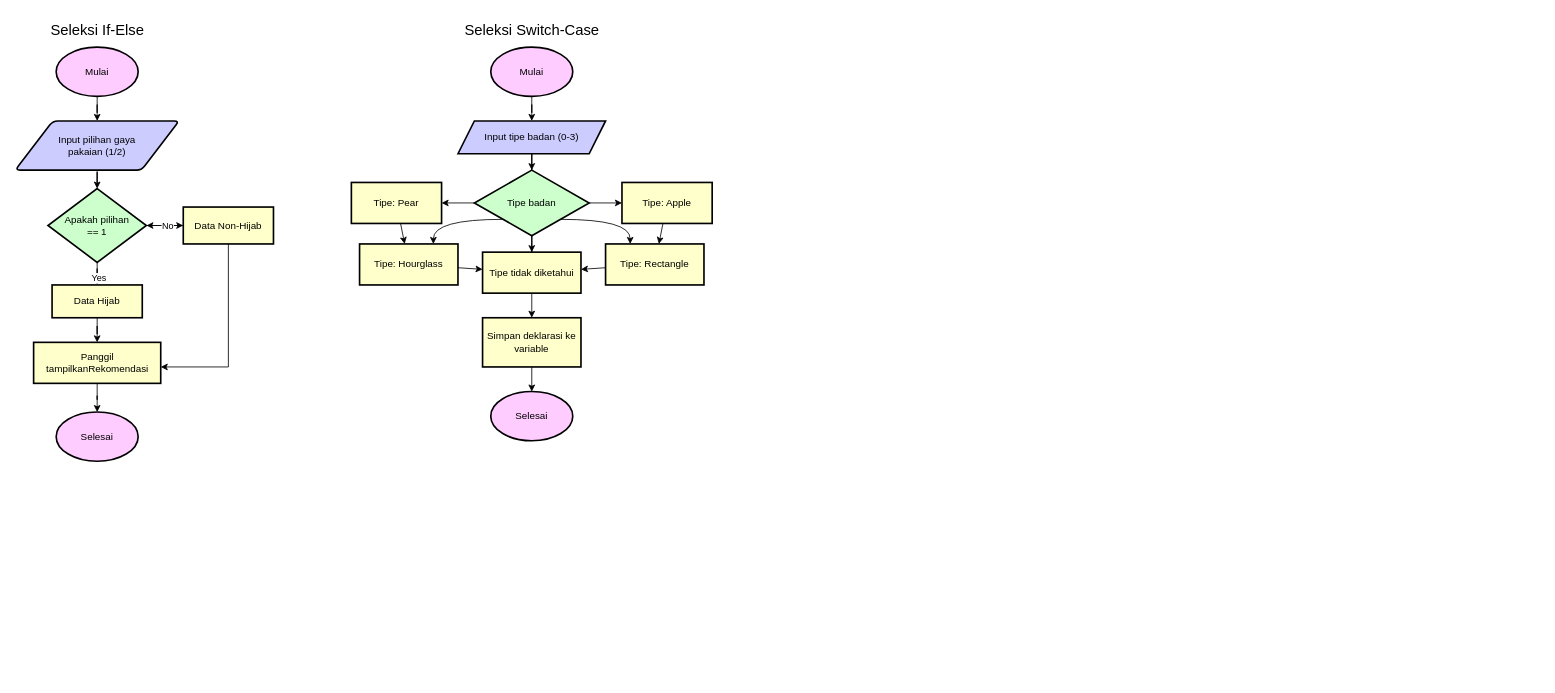
The draw.io diagram Untitled Diagram.drawio in zanitaal/zanitaal, before the edit. Source tidied: cells renumbered, new cells numbered last; positions are measured from the earlier drawing's top-left corner, leaving out a move shared by most shapes. Both pictures are drawn from the tidied source at 82%, with x=0, y=0 at pixel (15, 14).
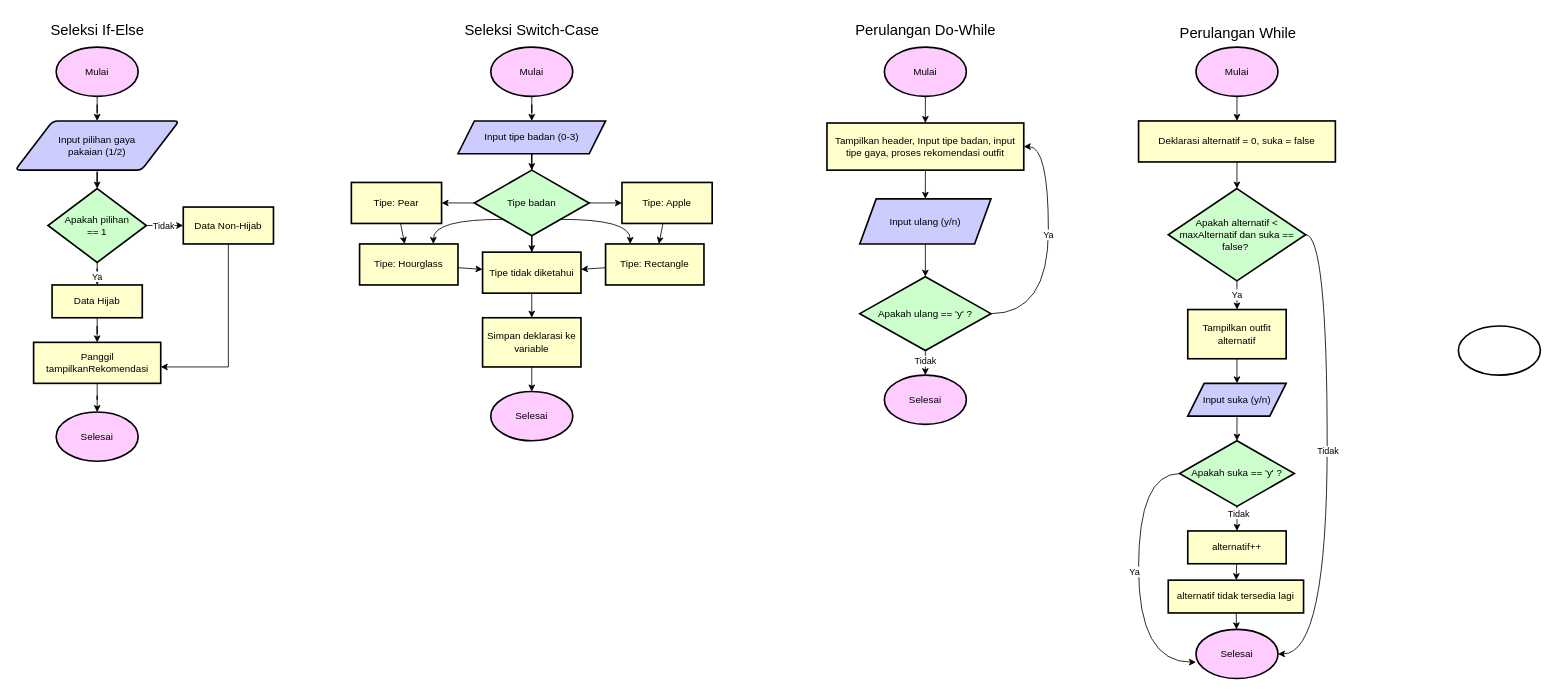
The same diagram, later.

The change refers to these unchanged cells:
```xml
<mxCell id="6" style="edgeStyle=orthogonalEdgeStyle;rounded=0;jettySize=auto;html=1;" parent="1" edge="1" source="9" target="13">
  <mxGeometry relative="1" as="geometry" />
</mxCell>
<mxCell id="7" style="edgeStyle=orthogonalEdgeStyle;rounded=0;jettySize=auto;html=1;" parent="1" edge="1" source="9" target="15">
  <mxGeometry relative="1" as="geometry" />
</mxCell>
<mxCell id="9" value="Apakah pilihan&lt;div&gt;== 1&lt;/div&gt;" style="strokeWidth=2;html=1;shape=mxgraph.flowchart.decision;whiteSpace=wrap;fillColor=#CCFFCC;" parent="1" vertex="1">
  <mxGeometry x="40" y="212.5" width="120" height="90" as="geometry" />
</mxCell>
<mxCell id="13" value="Data Non-Hijab" style="whiteSpace=wrap;html=1;strokeWidth=2;fillColor=#FFFFCC;" parent="1" vertex="1">
  <mxGeometry x="205" y="235" width="110" height="45" as="geometry" />
</mxCell>
```

Diff of the diagram source:
```diff
@@
+    <mxCell id="44" value="Tidak" style="edgeLabel;html=1;align=center;verticalAlign=middle;" parent="6" vertex="1">
+      <mxGeometry x="-0.12" relative="1" as="geometry" />
+    </mxCell>
@@
-    <mxCell id="8" value="Yes" style="edgeLabel;html=1;align=center;verticalAlign=middle;" parent="7" vertex="1">
-      <mxGeometry x="-0.26" y="1" relative="1" as="geometry" />
-    </mxCell>
+    <mxCell id="45" value="Ya" style="edgeLabel;html=1;align=center;verticalAlign=middle;" parent="7" vertex="1">
+      <mxGeometry x="-0.12" y="1" relative="1" as="geometry" />
+    </mxCell>
@@
-    <mxCell id="10" style="edgeStyle=orthogonalEdgeStyle;rounded=0;jettySize=auto;html=1;" parent="1" edge="1" source="13" target="9">
-      <mxGeometry relative="1" as="geometry" />
-    </mxCell>
-    <mxCell id="11" value="No" style="edgeLabel;html=1;align=center;verticalAlign=middle;" parent="10" vertex="1">
-      <mxGeometry x="-0.11" relative="1" as="geometry" />
-    </mxCell>
@@
+    <mxCell id="46" style="edgeStyle=none;rounded=0;jettySize=auto;html=1;" parent="1" edge="1" source="47" target="49">
+      <mxGeometry relative="1" as="geometry" />
+    </mxCell>
+    <mxCell id="47" value="Mulai" style="strokeWidth=2;html=1;shape=mxgraph.flowchart.start_1;whiteSpace=wrap;fillColor=#FFCCFF;" parent="1" vertex="1">
+      <mxGeometry x="1060" y="40" width="100" height="60" as="geometry" />
+    </mxCell>
+    <mxCell id="48" style="edgeStyle=none;rounded=0;jettySize=auto;html=1;" parent="1" edge="1" source="49" target="51">
+      <mxGeometry relative="1" as="geometry" />
+    </mxCell>
+    <mxCell id="49" value="Tampilkan header, Input tipe badan, input tipe gaya, proses rekomendasi outfit" style="whiteSpace=wrap;html=1;strokeWidth=2;fillColor=#FFFFCC;" parent="1" vertex="1">
+      <mxGeometry x="990" y="132.5" width="240" height="57.5" as="geometry" />
+    </mxCell>
+    <mxCell id="50" style="edgeStyle=none;rounded=0;jettySize=auto;html=1;" parent="1" edge="1" source="51" target="56">
+      <mxGeometry relative="1" as="geometry" />
+    </mxCell>
+    <mxCell id="51" value="Input ulang (y/n)" style="shape=parallelogram;perimeter=parallelogramPerimeter;whiteSpace=wrap;html=1;fixedSize=1;strokeWidth=2;fillColor=#CCCCFF;" parent="1" vertex="1">
+      <mxGeometry x="1030" y="225" width="160" height="55" as="geometry" />
+    </mxCell>
+    <mxCell id="52" style="edgeStyle=none;rounded=0;jettySize=auto;html=1;" parent="1" edge="1" source="56" target="57">
+      <mxGeometry relative="1" as="geometry" />
+    </mxCell>
+    <mxCell id="53" value="Tidak" style="edgeLabel;html=1;align=center;verticalAlign=middle;" parent="52" vertex="1">
+      <mxGeometry x="-0.18" y="-1" relative="1" as="geometry" />
+    </mxCell>
+    <mxCell id="54" style="edgeStyle=orthogonalEdgeStyle;curved=1;rounded=0;jettySize=auto;html=1;exitX=1;exitY=0.5;exitDx=0;exitDy=0;entryX=1;entryY=0.5;entryDx=0;entryDy=0;" parent="1" edge="1" source="56" target="49">
+      <mxGeometry relative="1" as="geometry">
+        <Array as="points">
+          <mxPoint x="1260" y="365" />
+          <mxPoint x="1260" y="161" />
+        </Array>
+      </mxGeometry>
+    </mxCell>
+    <mxCell id="55" value="Ya" style="edgeLabel;html=1;align=center;verticalAlign=middle;" parent="54" vertex="1">
+      <mxGeometry x="0.1" y="1" relative="1" as="geometry" />
+    </mxCell>
+    <mxCell id="56" value="Apakah ulang == 'y' ?" style="rhombus;whiteSpace=wrap;html=1;strokeWidth=2;fillColor=#CCFFCC;" parent="1" vertex="1">
+      <mxGeometry x="1030" y="320" width="160" height="90" as="geometry" />
+    </mxCell>
+    <mxCell id="57" value="Selesai" style="strokeWidth=2;html=1;shape=mxgraph.flowchart.start_1;whiteSpace=wrap;fillColor=#FFCCFF;" parent="1" vertex="1">
+      <mxGeometry x="1060" y="440" width="100" height="60" as="geometry" />
+    </mxCell>
+    <mxCell id="58" value="&lt;font style=&quot;font-size: 18px;&quot;&gt;Perulangan Do-While&lt;/font&gt;" style="text;html=1;align=center;verticalAlign=middle;strokeColor=none;fillColor=none;" parent="1" vertex="1">
+      <mxGeometry x="1015" width="190" height="40" as="geometry" />
+    </mxCell>
+    <mxCell id="59" style="edgeStyle=none;rounded=0;jettySize=auto;html=1;" parent="1" edge="1" source="60" target="62">
+      <mxGeometry relative="1" as="geometry" />
+    </mxCell>
+    <mxCell id="60" value="Mulai" style="strokeWidth=2;html=1;shape=mxgraph.flowchart.start_1;whiteSpace=wrap;fillColor=#FFCCFF;" parent="1" vertex="1">
+      <mxGeometry x="1440" y="40" width="100" height="60" as="geometry" />
+    </mxCell>
+    <mxCell id="61" style="edgeStyle=none;rounded=0;jettySize=auto;html=1;" parent="1" edge="1" source="62" target="65">
+      <mxGeometry relative="1" as="geometry" />
+    </mxCell>
+    <mxCell id="62" value="Deklarasi alternatif = 0, suka = false" style="whiteSpace=wrap;html=1;strokeWidth=2;fillColor=#FFFFCC;" parent="1" vertex="1">
+      <mxGeometry x="1370" y="130" width="240" height="50" as="geometry" />
+    </mxCell>
+    <mxCell id="63" style="edgeStyle=none;rounded=0;jettySize=auto;html=1;" parent="1" edge="1" source="65" target="67">
+      <mxGeometry relative="1" as="geometry" />
+    </mxCell>
+    <mxCell id="64" value="Ya" style="edgeLabel;html=1;align=center;verticalAlign=middle;" parent="63" vertex="1">
+      <mxGeometry x="-0.05" relative="1" as="geometry" />
+    </mxCell>
+    <mxCell id="65" value="Apakah alternatif &amp;lt; maxAlternatif dan suka&lt;span style=&quot;background-color: initial;&quot;&gt;&amp;nbsp;== false?&amp;nbsp;&lt;/span&gt;" style="rhombus;whiteSpace=wrap;html=1;strokeWidth=2;fillColor=#CCFFCC;" parent="1" vertex="1">
+      <mxGeometry x="1406.2" y="212.5" width="167.5" height="112.5" as="geometry" />
+    </mxCell>
+    <mxCell id="66" style="edgeStyle=none;rounded=0;jettySize=auto;html=1;" parent="1" edge="1" source="67" target="69">
+      <mxGeometry relative="1" as="geometry" />
+    </mxCell>
+    <mxCell id="67" value="Tampilkan outfit alternatif" style="whiteSpace=wrap;html=1;strokeWidth=2;fillColor=#FFFFCC;" parent="1" vertex="1">
+      <mxGeometry x="1430" y="360" width="120" height="60" as="geometry" />
+    </mxCell>
+    <mxCell id="68" style="edgeStyle=none;rounded=0;jettySize=auto;html=1;" parent="1" edge="1" source="69" target="72">
+      <mxGeometry relative="1" as="geometry" />
+    </mxCell>
+    <mxCell id="69" value="Input suka (y/n)" style="shape=parallelogram;perimeter=parallelogramPerimeter;whiteSpace=wrap;html=1;fixedSize=1;strokeWidth=2;fillColor=#CCCCFF;" parent="1" vertex="1">
+      <mxGeometry x="1430" y="450" width="120" height="40" as="geometry" />
+    </mxCell>
+    <mxCell id="70" style="edgeStyle=none;rounded=0;jettySize=auto;html=1;" parent="1" edge="1" source="72" target="74">
+      <mxGeometry relative="1" as="geometry" />
+    </mxCell>
+    <mxCell id="71" value="Tidak" style="edgeLabel;html=1;align=center;verticalAlign=middle;" parent="70" vertex="1">
+      <mxGeometry x="-0.48" y="1" relative="1" as="geometry" />
+    </mxCell>
+    <mxCell id="72" value="Apakah suka == 'y' ?" style="rhombus;whiteSpace=wrap;html=1;strokeWidth=2;fillColor=#CCFFCC;" parent="1" vertex="1">
+      <mxGeometry x="1420" y="520" width="140" height="80" as="geometry" />
+    </mxCell>
+    <mxCell id="73" style="edgeStyle=none;rounded=0;jettySize=auto;html=1;" parent="1" edge="1" source="74" target="76">
+      <mxGeometry relative="1" as="geometry" />
+    </mxCell>
+    <mxCell id="74" value="alternatif++" style="whiteSpace=wrap;html=1;strokeWidth=2;fillColor=#FFFFCC;" parent="1" vertex="1">
+      <mxGeometry x="1430" y="630" width="120" height="40" as="geometry" />
+    </mxCell>
+    <mxCell id="75" style="edgeStyle=none;rounded=0;jettySize=auto;html=1;" parent="1" edge="1" source="76" target="77">
+      <mxGeometry relative="1" as="geometry" />
+    </mxCell>
+    <mxCell id="76" value="alternatif tidak tersedia lagi" style="whiteSpace=wrap;html=1;strokeWidth=2;fillColor=#FFFFCC;" parent="1" vertex="1">
+      <mxGeometry x="1406.2" y="690" width="165" height="40" as="geometry" />
+    </mxCell>
+    <mxCell id="77" value="Selesai" style="strokeWidth=2;html=1;shape=mxgraph.flowchart.start_1;whiteSpace=wrap;fillColor=#FFCCFF;" parent="1" vertex="1">
+      <mxGeometry x="1440" y="750" width="100" height="60" as="geometry" />
+    </mxCell>
+    <mxCell id="78" style="edgeStyle=orthogonalEdgeStyle;curved=1;rounded=0;jettySize=auto;html=1;exitX=1;exitY=0.5;exitDx=0;exitDy=0;entryX=1;entryY=0.5;entryDx=0;entryDy=0;entryPerimeter=0;" parent="1" edge="1" source="65" target="77">
+      <mxGeometry relative="1" as="geometry">
+        <Array as="points">
+          <mxPoint x="1600" y="269" />
+          <mxPoint x="1600" y="780" />
+        </Array>
+      </mxGeometry>
+    </mxCell>
+    <mxCell id="79" value="Tidak" style="edgeLabel;html=1;align=center;verticalAlign=middle;" parent="78" vertex="1">
+      <mxGeometry x="-0.03" relative="1" as="geometry" />
+    </mxCell>
+    <mxCell id="80" style="edgeStyle=orthogonalEdgeStyle;curved=1;rounded=0;jettySize=auto;html=1;exitX=0;exitY=0.5;exitDx=0;exitDy=0;entryX=0;entryY=0.667;entryDx=0;entryDy=0;entryPerimeter=0;" parent="1" edge="1" source="72" target="77">
+      <mxGeometry relative="1" as="geometry">
+        <Array as="points">
+          <mxPoint x="1370" y="560" />
+          <mxPoint x="1370" y="790" />
+        </Array>
+      </mxGeometry>
+    </mxCell>
+    <mxCell id="81" value="Ya" style="edgeLabel;html=1;align=center;verticalAlign=middle;" parent="80" vertex="1">
+      <mxGeometry x="-0.04" y="-6" relative="1" as="geometry">
+        <mxPoint y="1" as="offset" />
+      </mxGeometry>
+    </mxCell>
+    <mxCell id="82" value="&lt;span style=&quot;font-size: 18px;&quot;&gt;Perulangan While&lt;/span&gt;" style="text;html=1;align=center;verticalAlign=middle;strokeColor=none;fillColor=none;" parent="1" vertex="1">
+      <mxGeometry x="1406.2" y="3" width="170" height="40" as="geometry" />
+    </mxCell>
+    <mxCell id="83" style="strokeWidth=2;html=1;shape=mxgraph.flowchart.start_1;whiteSpace=wrap;" parent="1" vertex="1">
+      <mxGeometry x="1760" y="380" width="100" height="60" as="geometry" />
+    </mxCell>
```
